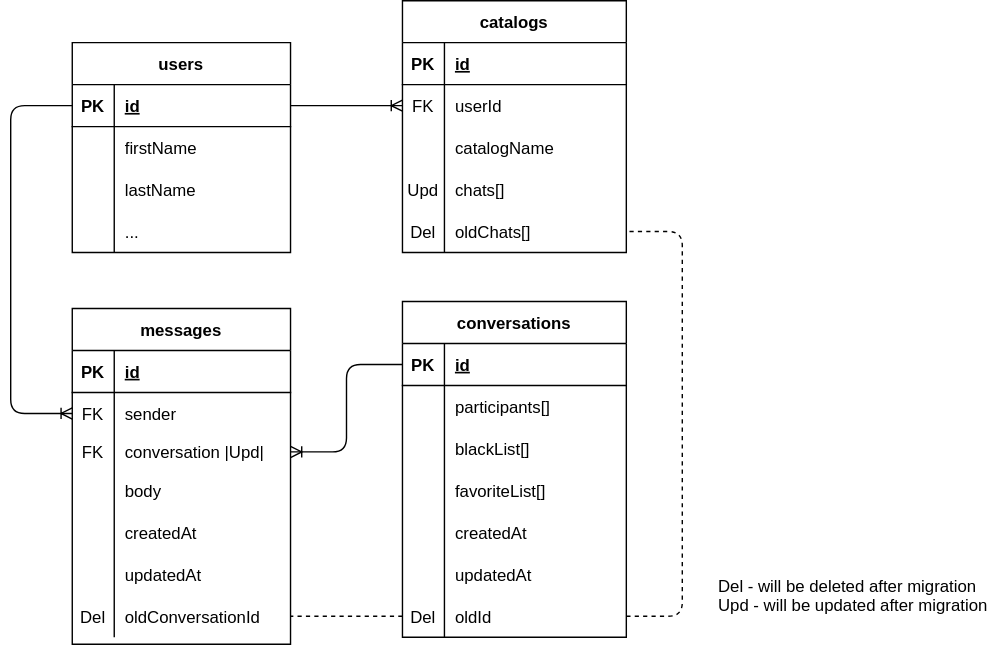
Before: DbSql/chat.drawio.svg, a diagram exported from draw.io (DenisMedko/exam-project). Source tidied: cells renumbered, new cells last; positions are measured from the earlier drawing's top-left corner, leaving out a move shared by most shapes.
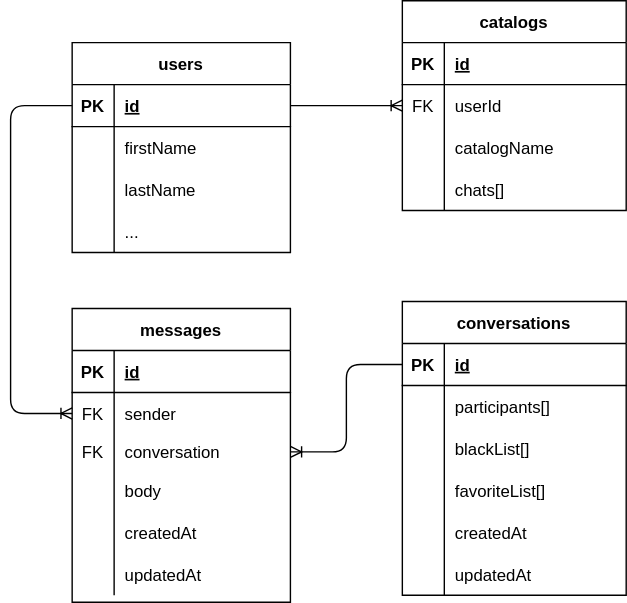
After the change.

Commit message:
pg: chat controller and models refactoring

The edit, as a diff of the source:
```diff
@@ -42,7 +42,7 @@
       <mxGeometry x="30" width="126" height="30" as="geometry" />
     </mxCell>
     <mxCell id="15" value="conversations" style="shape=table;startSize=30;rowLines=0;fontStyle=1;align=center;" parent="1" vertex="1">
-      <mxGeometry x="280" y="215" width="160" height="240" as="geometry" />
+      <mxGeometry x="280" y="215" width="160" height="210" as="geometry" />
     </mxCell>
     <mxCell id="16" style="shape=tableRow;horizontal=0;startSize=0;swimlaneHead=0;swimlaneBody=0;fillColor=none;points=[[0,0.5],[1,0.5]];portConstraint=eastwest;top=0;left=0;right=0;bottom=1;" parent="15" vertex="1">
       <mxGeometry y="30" width="160" height="30" as="geometry" />
@@ -98,17 +98,8 @@
     <mxCell id="33" value="updatedAt" style="shape=partialRectangle;fillColor=none;top=0;left=0;bottom=0;right=0;align=left;spacingLeft=6;overflow=hidden;" parent="31" vertex="1">
       <mxGeometry x="30" width="130" height="30" as="geometry" />
     </mxCell>
-    <mxCell id="34" style="shape=tableRow;horizontal=0;startSize=0;swimlaneHead=0;swimlaneBody=0;fillColor=none;points=[[0,0.5],[1,0.5]];portConstraint=eastwest;top=0;left=0;right=0;bottom=0;" parent="15" vertex="1">
-      <mxGeometry y="210" width="160" height="30" as="geometry" />
-    </mxCell>
-    <mxCell id="35" value="Del" style="shape=partialRectangle;fillColor=none;top=0;left=0;bottom=0;right=0;overflow=hidden;" parent="34" vertex="1">
-      <mxGeometry width="30" height="30" as="geometry" />
-    </mxCell>
-    <mxCell id="36" value="oldId" style="shape=partialRectangle;fillColor=none;top=0;left=0;bottom=0;right=0;align=left;spacingLeft=6;overflow=hidden;" parent="34" vertex="1">
-      <mxGeometry x="30" width="130" height="30" as="geometry" />
-    </mxCell>
     <mxCell id="37" value="messages" style="shape=table;startSize=30;rowLines=0;fontStyle=1;align=center;" parent="1" vertex="1">
-      <mxGeometry x="44" y="220" width="156" height="240" as="geometry" />
+      <mxGeometry x="44" y="220" width="156" height="210" as="geometry" />
     </mxCell>
     <mxCell id="38" style="shape=tableRow;horizontal=0;startSize=0;swimlaneHead=0;swimlaneBody=0;fillColor=none;top=0;left=0;right=0;bottom=1;" parent="37" vertex="1">
       <mxGeometry y="30" width="156" height="30" as="geometry" />
@@ -134,7 +125,7 @@
     <mxCell id="45" value="FK" style="shape=partialRectangle;fillColor=none;top=0;left=0;bottom=0;right=0;fontStyle=0;overflow=hidden;" parent="44" vertex="1">
       <mxGeometry width="30" height="25" as="geometry" />
     </mxCell>
-    <mxCell id="46" value="conversation |Upd|" style="shape=partialRectangle;fillColor=none;top=0;left=0;bottom=0;right=0;align=left;spacingLeft=6;fontStyle=0;overflow=hidden;" parent="44" vertex="1">
+    <mxCell id="46" value="conversation" style="shape=partialRectangle;fillColor=none;top=0;left=0;bottom=0;right=0;align=left;spacingLeft=6;fontStyle=0;overflow=hidden;" parent="44" vertex="1">
       <mxGeometry x="30" width="126" height="25" as="geometry" />
     </mxCell>
     <mxCell id="47" style="shape=tableRow;horizontal=0;startSize=0;swimlaneHead=0;swimlaneBody=0;fillColor=none;top=0;left=0;right=0;bottom=0;" parent="37" vertex="1">
@@ -164,15 +155,6 @@
     <mxCell id="55" value="updatedAt" style="shape=partialRectangle;fillColor=none;top=0;left=0;bottom=0;right=0;align=left;spacingLeft=6;overflow=hidden;" parent="53" vertex="1">
       <mxGeometry x="30" width="126" height="30" as="geometry" />
     </mxCell>
-    <mxCell id="56" style="shape=tableRow;horizontal=0;startSize=0;swimlaneHead=0;swimlaneBody=0;fillColor=none;points=[[0,0.5],[1,0.5]];portConstraint=eastwest;top=0;left=0;right=0;bottom=0;" parent="37" vertex="1">
-      <mxGeometry y="205" width="156" height="30" as="geometry" />
-    </mxCell>
-    <mxCell id="57" value="Del" style="shape=partialRectangle;fillColor=none;top=0;left=0;bottom=0;right=0;overflow=hidden;" parent="56" vertex="1">
-      <mxGeometry width="30" height="30" as="geometry" />
-    </mxCell>
-    <mxCell id="58" value="oldConversationId" style="shape=partialRectangle;fillColor=none;top=0;left=0;bottom=0;right=0;align=left;spacingLeft=6;overflow=hidden;" parent="56" vertex="1">
-      <mxGeometry x="30" width="126" height="30" as="geometry" />
-    </mxCell>
     <mxCell id="59" style="edgeStyle=orthogonalEdgeStyle;fontSize=12;html=1;endArrow=ERoneToMany;entryX=0;entryY=0.5;entryDx=0;entryDy=0;exitX=0;exitY=0.5;exitDx=0;exitDy=0;" parent="1" edge="1" source="3" target="41">
       <mxGeometry relative="1" as="geometry">
         <Array as="points">
@@ -185,7 +167,7 @@
       <mxGeometry relative="1" as="geometry" />
     </mxCell>
     <mxCell id="61" value="catalogs" style="shape=table;startSize=30;rowLines=0;fontStyle=1;align=center;" parent="1" vertex="1">
-      <mxGeometry x="280" width="160" height="180" as="geometry" />
+      <mxGeometry x="280" width="160" height="150" as="geometry" />
     </mxCell>
     <mxCell id="62" style="shape=tableRow;horizontal=0;startSize=0;swimlaneHead=0;swimlaneBody=0;fillColor=none;top=0;left=0;right=0;bottom=1;" parent="61" vertex="1">
       <mxGeometry y="30" width="160" height="30" as="geometry" />
@@ -217,37 +199,14 @@
     <mxCell id="71" style="shape=tableRow;horizontal=0;startSize=0;swimlaneHead=0;swimlaneBody=0;fillColor=none;top=0;left=0;right=0;bottom=0;" parent="61" vertex="1">
       <mxGeometry y="120" width="160" height="30" as="geometry" />
     </mxCell>
-    <mxCell id="72" value="Upd" style="shape=partialRectangle;fillColor=none;top=0;left=0;bottom=0;right=0;overflow=hidden;" parent="71" vertex="1">
+    <mxCell id="72" style="shape=partialRectangle;fillColor=none;top=0;left=0;bottom=0;right=0;overflow=hidden;" parent="71" vertex="1">
       <mxGeometry width="30" height="30" as="geometry" />
     </mxCell>
     <mxCell id="73" value="chats[]" style="shape=partialRectangle;fillColor=none;top=0;left=0;bottom=0;right=0;align=left;spacingLeft=6;overflow=hidden;" parent="71" vertex="1">
       <mxGeometry x="30" width="130" height="30" as="geometry" />
     </mxCell>
-    <mxCell id="74" style="shape=tableRow;horizontal=0;startSize=0;swimlaneHead=0;swimlaneBody=0;fillColor=none;points=[[0,0.5],[1,0.5]];portConstraint=eastwest;top=0;left=0;right=0;bottom=0;" parent="61" vertex="1">
-      <mxGeometry y="150" width="160" height="30" as="geometry" />
-    </mxCell>
-    <mxCell id="75" value="Del" style="shape=partialRectangle;fillColor=none;top=0;left=0;bottom=0;right=0;overflow=hidden;" parent="74" vertex="1">
-      <mxGeometry width="30" height="30" as="geometry" />
-    </mxCell>
-    <mxCell id="76" value="oldChats[]" style="shape=partialRectangle;fillColor=none;top=0;left=0;bottom=0;right=0;align=left;spacingLeft=6;overflow=hidden;" parent="74" vertex="1">
-      <mxGeometry x="30" width="130" height="30" as="geometry" />
-    </mxCell>
     <mxCell id="77" style="edgeStyle=orthogonalEdgeStyle;fontSize=12;html=1;endArrow=ERoneToMany;entryX=0;entryY=0.5;entryDx=0;entryDy=0;exitX=1;exitY=0.5;exitDx=0;exitDy=0;" parent="1" edge="1" source="3" target="65">
       <mxGeometry relative="1" as="geometry" />
     </mxCell>
-    <mxCell id="78" style="endArrow=none;dashed=1;html=1;rounded=1;labelBackgroundColor=default;strokeColor=default;fontFamily=Helvetica;fontSize=12;fontColor=default;shape=connector;entryX=1;entryY=0.5;entryDx=0;entryDy=0;exitX=1;exitY=0.5;exitDx=0;exitDy=0;" parent="1" edge="1" source="34" target="74">
-      <mxGeometry relative="1" as="geometry">
-        <Array as="points">
-          <mxPoint x="480" y="440" />
-          <mxPoint x="480" y="165" />
-        </Array>
-      </mxGeometry>
-    </mxCell>
-    <mxCell id="79" style="endArrow=none;dashed=1;html=1;rounded=1;labelBackgroundColor=default;strokeColor=default;fontFamily=Helvetica;fontSize=12;fontColor=default;shape=connector;entryX=1;entryY=0.5;entryDx=0;entryDy=0;exitX=0;exitY=0.5;exitDx=0;exitDy=0;" parent="1" edge="1" source="34" target="56">
-      <mxGeometry relative="1" as="geometry" />
-    </mxCell>
-    <mxCell id="80" value="Del - will be deleted after migration&#10;Upd - will be updated after migration" style="text;strokeColor=none;fillColor=none;spacingLeft=4;spacingRight=4;overflow=hidden;fontSize=12;fontFamily=Helvetica;fontColor=default;" parent="1" vertex="1">
-      <mxGeometry x="500" y="405" width="210" height="50" as="geometry" />
-    </mxCell>
   </root>
 </mxGraphModel>
```
